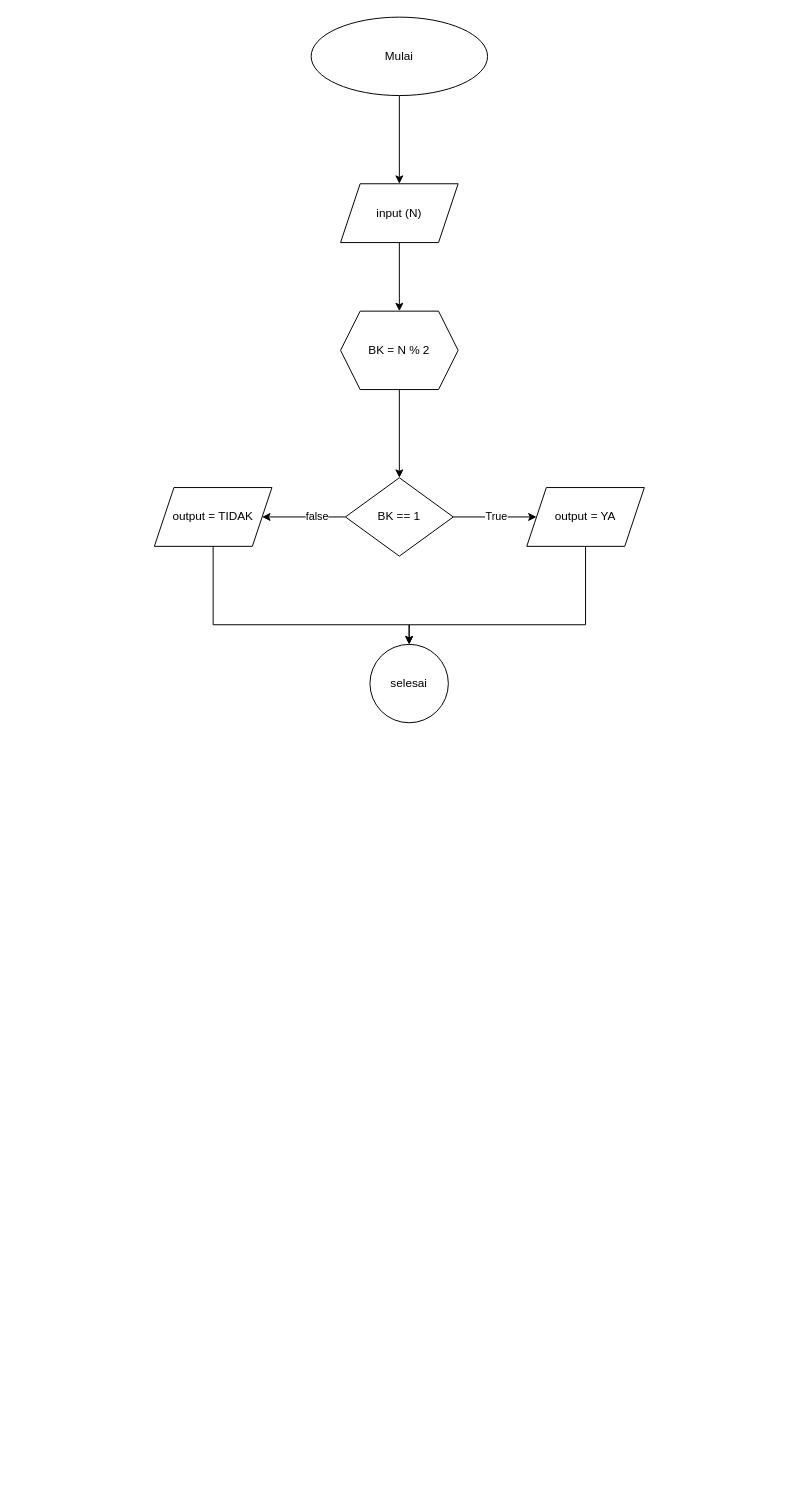
ilyaslanang/data-engineer-alterra keeps this draw.io diagram as Algorithm.drawio. Above is the earlier version. Source tidied: cells renumbered, new cells numbered last; positions are measured from the earlier drawing's top-left corner, leaving out a move shared by most shapes. Both pictures are drawn from the tidied source at 98%, with x=0, y=0 at pixel (154, 17).
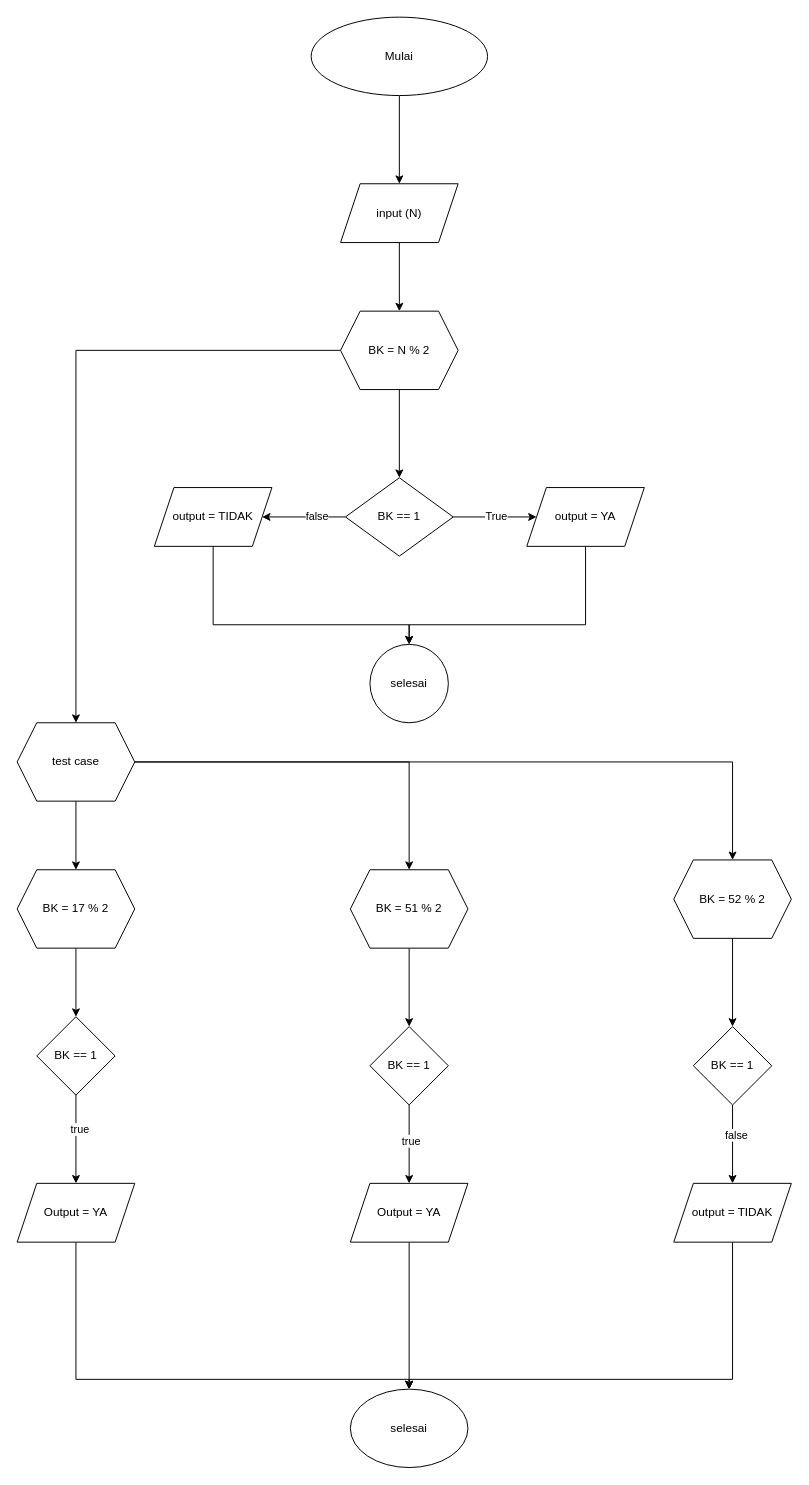
The same page after the edit.

The change refers to these unchanged cells:
```xml
<mxCell id="7" value="BK = N % 2" style="shape=hexagon;perimeter=hexagonPerimeter2;whiteSpace=wrap;html=1;fixedSize=1;" parent="1" vertex="1">
  <mxGeometry x="190" y="300" width="120" height="80" as="geometry" />
</mxCell>
```

Diff of the diagram source:
```diff
@@
+    <mxCell id="18" style="edgeStyle=orthogonalEdgeStyle;rounded=0;jettySize=auto;html=1;" parent="1" edge="1" source="7" target="22">
+      <mxGeometry relative="1" as="geometry" />
+    </mxCell>
@@
+    <mxCell id="19" style="edgeStyle=orthogonalEdgeStyle;rounded=0;jettySize=auto;html=1;" parent="1" edge="1" source="22" target="24">
+      <mxGeometry relative="1" as="geometry" />
+    </mxCell>
+    <mxCell id="20" style="edgeStyle=orthogonalEdgeStyle;rounded=0;jettySize=auto;html=1;" parent="1" edge="1" source="22" target="31">
+      <mxGeometry relative="1" as="geometry" />
+    </mxCell>
+    <mxCell id="21" style="edgeStyle=orthogonalEdgeStyle;rounded=0;jettySize=auto;html=1;" parent="1" edge="1" source="22" target="38">
+      <mxGeometry relative="1" as="geometry" />
+    </mxCell>
+    <mxCell id="22" value="test case" style="shape=hexagon;perimeter=hexagonPerimeter2;whiteSpace=wrap;html=1;fixedSize=1;" parent="1" vertex="1">
+      <mxGeometry x="-140" y="720" width="120" height="80" as="geometry" />
+    </mxCell>
+    <mxCell id="23" style="edgeStyle=orthogonalEdgeStyle;rounded=0;jettySize=auto;html=1;" parent="1" edge="1" source="24" target="27">
+      <mxGeometry relative="1" as="geometry" />
+    </mxCell>
+    <mxCell id="24" value="BK = 17 % 2" style="shape=hexagon;perimeter=hexagonPerimeter2;whiteSpace=wrap;html=1;fixedSize=1;" parent="1" vertex="1">
+      <mxGeometry x="-140" y="870" width="120" height="80" as="geometry" />
+    </mxCell>
+    <mxCell id="25" style="edgeStyle=orthogonalEdgeStyle;rounded=0;jettySize=auto;html=1;" parent="1" edge="1" source="27" target="29">
+      <mxGeometry relative="1" as="geometry" />
+    </mxCell>
+    <mxCell id="26" value="true" style="edgeLabel;html=1;align=center;verticalAlign=middle;" parent="25" vertex="1">
+      <mxGeometry x="-0.24" y="3" relative="1" as="geometry" />
+    </mxCell>
+    <mxCell id="27" value="BK == 1" style="rhombus;whiteSpace=wrap;html=1;" parent="1" vertex="1">
+      <mxGeometry x="-120" y="1020" width="80" height="80" as="geometry" />
+    </mxCell>
+    <mxCell id="28" style="edgeStyle=orthogonalEdgeStyle;rounded=0;jettySize=auto;html=1;" parent="1" edge="1" source="29" target="44">
+      <mxGeometry relative="1" as="geometry">
+        <Array as="points">
+          <mxPoint x="-80" y="1390" />
+          <mxPoint x="260" y="1390" />
+        </Array>
+      </mxGeometry>
+    </mxCell>
+    <mxCell id="29" value="Output = YA" style="shape=parallelogram;perimeter=parallelogramPerimeter;whiteSpace=wrap;html=1;fixedSize=1;" parent="1" vertex="1">
+      <mxGeometry x="-140" y="1190" width="120" height="60" as="geometry" />
+    </mxCell>
+    <mxCell id="30" style="edgeStyle=orthogonalEdgeStyle;rounded=0;jettySize=auto;html=1;" parent="1" edge="1" source="31" target="34">
+      <mxGeometry relative="1" as="geometry" />
+    </mxCell>
+    <mxCell id="31" value="BK = 51 % 2" style="shape=hexagon;perimeter=hexagonPerimeter2;whiteSpace=wrap;html=1;fixedSize=1;" parent="1" vertex="1">
+      <mxGeometry x="200" y="870" width="120" height="80" as="geometry" />
+    </mxCell>
+    <mxCell id="32" style="edgeStyle=orthogonalEdgeStyle;rounded=0;jettySize=auto;html=1;" parent="1" edge="1" source="34" target="36">
+      <mxGeometry relative="1" as="geometry" />
+    </mxCell>
+    <mxCell id="33" value="true" style="edgeLabel;html=1;align=center;verticalAlign=middle;" parent="32" vertex="1">
+      <mxGeometry x="-0.1" y="1" relative="1" as="geometry" />
+    </mxCell>
+    <mxCell id="34" value="BK == 1" style="rhombus;whiteSpace=wrap;html=1;" parent="1" vertex="1">
+      <mxGeometry x="220" y="1030" width="80" height="80" as="geometry" />
+    </mxCell>
+    <mxCell id="35" style="edgeStyle=orthogonalEdgeStyle;rounded=0;jettySize=auto;html=1;entryX=0.5;entryY=0;entryDx=0;entryDy=0;" parent="1" edge="1" source="36" target="44">
+      <mxGeometry relative="1" as="geometry" />
+    </mxCell>
+    <mxCell id="36" value="Output = YA" style="shape=parallelogram;perimeter=parallelogramPerimeter;whiteSpace=wrap;html=1;fixedSize=1;" parent="1" vertex="1">
+      <mxGeometry x="200" y="1190" width="120" height="60" as="geometry" />
+    </mxCell>
+    <mxCell id="37" style="edgeStyle=orthogonalEdgeStyle;rounded=0;jettySize=auto;html=1;" parent="1" edge="1" source="38" target="41">
+      <mxGeometry relative="1" as="geometry" />
+    </mxCell>
+    <mxCell id="38" value="BK = 52 % 2" style="shape=hexagon;perimeter=hexagonPerimeter2;whiteSpace=wrap;html=1;fixedSize=1;" parent="1" vertex="1">
+      <mxGeometry x="530" y="860" width="120" height="80" as="geometry" />
+    </mxCell>
+    <mxCell id="39" style="edgeStyle=orthogonalEdgeStyle;rounded=0;jettySize=auto;html=1;" parent="1" edge="1" source="41" target="43">
+      <mxGeometry relative="1" as="geometry" />
+    </mxCell>
+    <mxCell id="40" value="false" style="edgeLabel;html=1;align=center;verticalAlign=middle;" parent="39" vertex="1">
+      <mxGeometry x="-0.24" y="3" relative="1" as="geometry" />
+    </mxCell>
+    <mxCell id="41" value="BK == 1" style="rhombus;whiteSpace=wrap;html=1;" parent="1" vertex="1">
+      <mxGeometry x="550" y="1030" width="80" height="80" as="geometry" />
+    </mxCell>
+    <mxCell id="42" style="edgeStyle=orthogonalEdgeStyle;rounded=0;jettySize=auto;html=1;" parent="1" edge="1" source="43" target="44">
+      <mxGeometry relative="1" as="geometry">
+        <Array as="points">
+          <mxPoint x="590" y="1390" />
+          <mxPoint x="260" y="1390" />
+        </Array>
+      </mxGeometry>
+    </mxCell>
+    <mxCell id="43" value="output = TIDAK" style="shape=parallelogram;perimeter=parallelogramPerimeter;whiteSpace=wrap;html=1;fixedSize=1;" parent="1" vertex="1">
+      <mxGeometry x="530" y="1190" width="120" height="60" as="geometry" />
+    </mxCell>
+    <mxCell id="44" value="selesai" style="ellipse;whiteSpace=wrap;html=1;" parent="1" vertex="1">
+      <mxGeometry x="200" y="1400" width="120" height="80" as="geometry" />
+    </mxCell>
```
